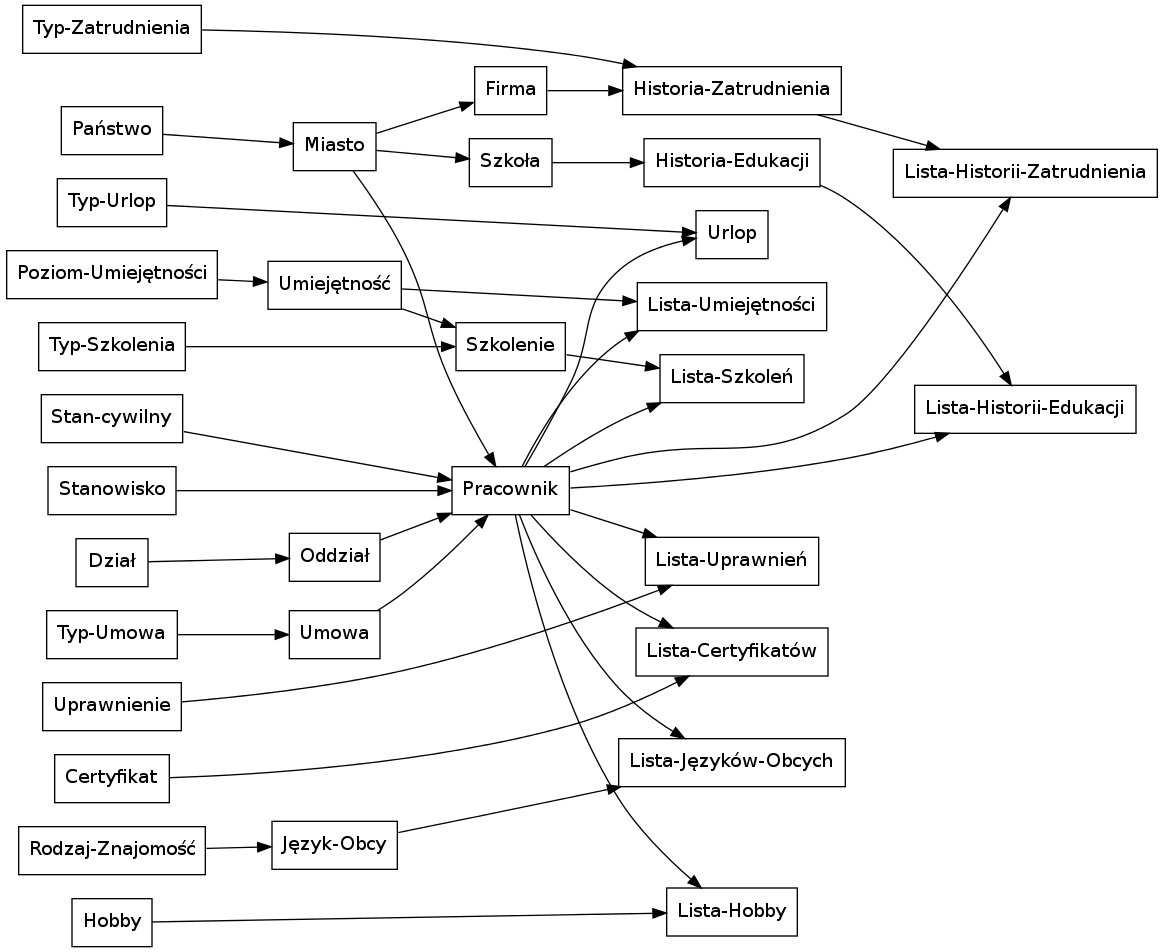
Before: tex/srem.png, a diagram exported from Graphviz (soltys/PSBD-Projekt). Its source is kept beside it as graph/SREM.dot.
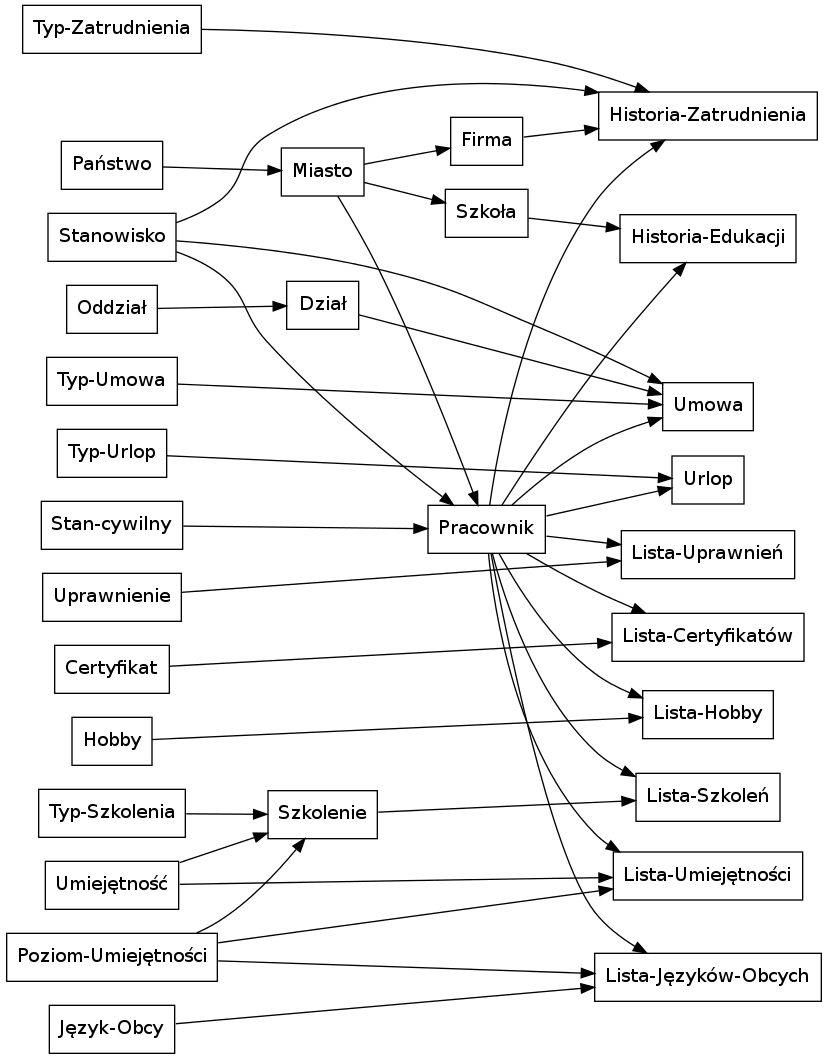
After the change.

Commit message:
updated serm dialog

Diff of the diagram source:
```diff
@@ -4,52 +4,54 @@
     node [shape=box];
 
 {rank="same";
-    "Państwo" ; "Dział" ; "Poziom-Umiejętności" ; "Typ-Urlop" ; "Rodzaj-Znajomość" ;
+    "Państwo" ; "Oddział" ; "Poziom-Umiejętności" ; "Typ-Urlop" ;
     "Typ-Umowa"; "Stan-cywilny" ; "Uprawnienie" ; "Typ-Szkolenia";
-    "Typ-Szkolenia" ; "Typ-Zatrudnienia" ; "Stanowisko" ; "Certyfikat" ; "Hobby" ;
+    "Typ-Szkolenia" ; "Typ-Zatrudnienia" ; "Stanowisko" ; "Certyfikat" ; "Hobby" ;"Umiejętność" ; "Język-Obcy" ;
 }
 
 {rank="same";
-    "Język-Obcy" ; "Oddział" ; "Miasto" ; "Umiejętność" ; "Umowa" ; "Język-Obcy" ;
+    "Dział" ; "Miasto" ;   "Szkolenie" ;
 }
 
 {rank="same";
-    "Firma" ; "Szkoła" ; "Szkolenie" ; "Pracownik";
+    "Firma" ; "Szkoła" ; "Pracownik";
 }
 
 {rank="same";
-    "Historia-Zatrudnienia" ; "Historia-Edukacji"; "Urlop";
+    "Historia-Zatrudnienia" ; "Historia-Edukacji"; "Urlop";  "Umowa" ;
 }
 
 {rank="same";
-    "Lista-Historii-Zatrudnienia";
+
 }
 
+"Dział" ->  "Umowa"
+"Miasto" -> "Pracownik";
+"Stanowisko" -> "Pracownik";
+"Pracownik" -> "Historia-Edukacji"
+"Poziom-Umiejętności" -> "Lista-Języków-Obcych"
 
-"Miasto" -> "Pracownik";
-"Umowa" -> "Pracownik";
-"Stanowisko" -> "Pracownik";
-"Oddział" -> "Pracownik";
 "Pracownik" -> "Urlop";
+"Pracownik" -> "Umowa";
 "Stan-cywilny" -> "Pracownik";
 "Państwo" -> "Miasto";
+"Stanowisko" -> "Umowa";
 "Miasto" -> "Firma";
 "Miasto" -> "Szkoła";
-"Poziom-Umiejętności" -> "Umiejętność";
 "Umiejętność" -> "Szkolenie";
 "Typ-Zatrudnienia" -> "Historia-Zatrudnienia";
 "Firma" -> "Historia-Zatrudnienia";
+"Pracownik" -> "Historia-Zatrudnienia";
+"Stanowisko" -> "Historia-Zatrudnienia";
 "Typ-Szkolenia" -> "Szkolenie";
-"Dział" -> "Oddział";
+"Poziom-Umiejętności" -> "Szkolenie";
+"Oddział" -> "Dział";
 "Typ-Urlop" -> "Urlop";
 "Typ-Umowa" -> "Umowa";
-"Rodzaj-Znajomość" -> "Język-Obcy";
 "Szkoła" -> "Historia-Edukacji";
-
 "Pracownik" -> "Lista-Umiejętności";
 "Umiejętność" -> "Lista-Umiejętności";
-"Pracownik" -> "Lista-Historii-Zatrudnienia";
-"Historia-Zatrudnienia" -> "Lista-Historii-Zatrudnienia";
+"Poziom-Umiejętności" -> "Lista-Umiejętności";
 "Pracownik" -> "Lista-Uprawnień";
 "Uprawnienie" -> "Lista-Uprawnień";
 "Pracownik" -> "Lista-Certyfikatów";
@@ -58,8 +60,6 @@
 "Szkolenie" -> "Lista-Szkoleń";
 "Pracownik" -> "Lista-Języków-Obcych";
 "Język-Obcy" -> "Lista-Języków-Obcych";
-"Pracownik" -> "Lista-Historii-Edukacji";
-"Historia-Edukacji" -> "Lista-Historii-Edukacji";
 "Pracownik" -> "Lista-Hobby";
 "Hobby" -> "Lista-Hobby";
 
```
